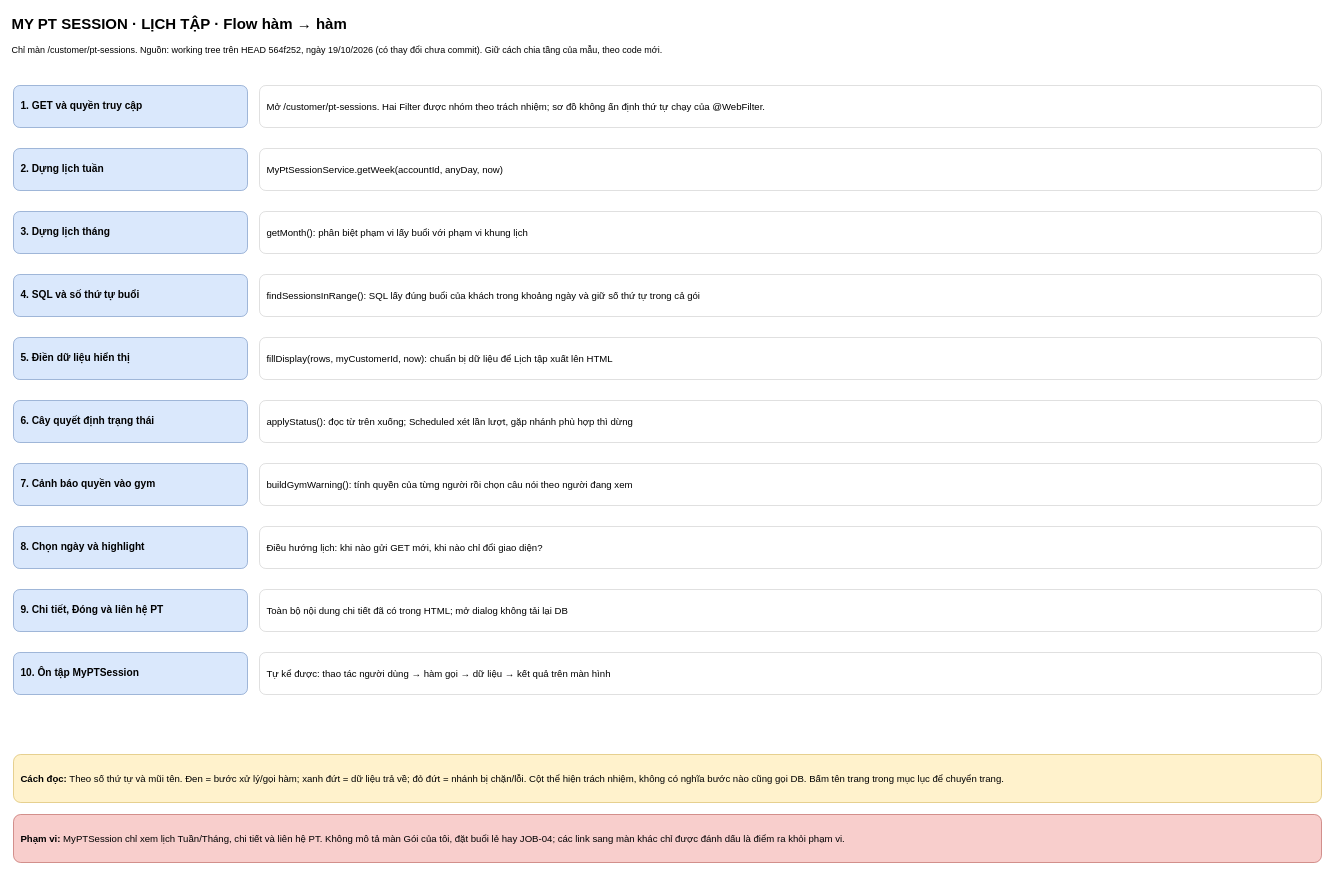
This is page "00. Mục lục · cách học" (1 of 11) of docs/diagrams/my-pt-sessions-flow-hien-tai.drawio from Thomas-luckyclover/gym-management-system, a draw.io file, before an edit. Source tidied: cells renumbered, new cells numbered last; positions are measured from the earlier drawing's top-left corner, leaving out a move shared by most shapes. Both pictures are drawn from the tidied source at 60%, with x=0, y=0 at pixel (10, 10).
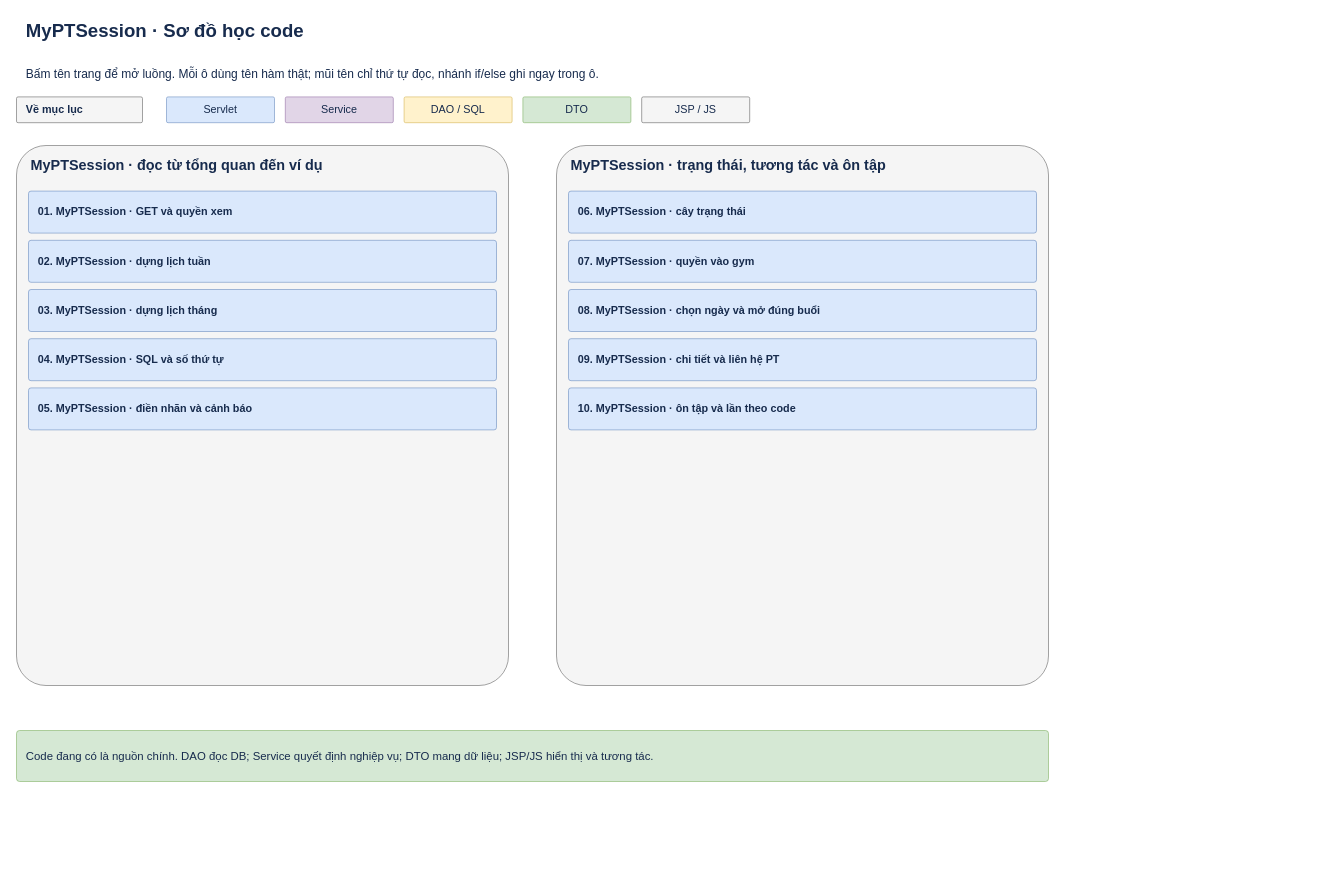
The same page after the edit.

Diff of the diagram source:
```diff
@@
-    <mxCell id="2" value="MY PT SESSION · LỊCH TẬP · Flow hàm → hàm" style="text;html=1;whiteSpace=wrap;align=left;verticalAlign=top;fillColor=none;strokeColor=none;fontFamily=Arial;fontSize=25;fontStyle=1;" parent="1" vertex="1">
-      <mxGeometry width="2200" height="40" as="geometry" />
-    </mxCell>
-    <mxCell id="3" value="Chỉ màn /customer/pt-sessions. Nguồn: working tree trên HEAD 564f252, ngày 19/10/2026 (có thay đổi chưa commit). Giữ cách chia tầng của mẫu, theo code mới." style="text;html=1;whiteSpace=wrap;align=left;verticalAlign=top;fillColor=none;strokeColor=none;fontFamily=Arial;fontSize=15;" parent="1" vertex="1">
-      <mxGeometry y="50" width="2200" height="52" as="geometry" />
-    </mxCell>
-    <mxCell id="4" value="&lt;b&gt;1. GET và quyền truy cập&lt;/b&gt;" style="rounded=1;whiteSpace=wrap;html=1;align=left;spacing=12;fontSize=17;fillColor=#dae8fc;strokeColor=#6c8ebf;" parent="1" vertex="1">
-      <mxGeometry x="5" y="125" width="390" height="70" as="geometry" />
-    </mxCell>
-    <mxCell id="5" value="Mở /customer/pt-sessions. Hai Filter được nhóm theo trách nhiệm; sơ đồ không ấn định thứ tự chạy của @WebFilter." style="rounded=1;whiteSpace=wrap;html=1;align=left;spacing=12;fontSize=16;fillColor=#ffffff;strokeColor=#cccccc;" parent="1" vertex="1">
-      <mxGeometry x="415" y="125" width="1770" height="70" as="geometry" />
-    </mxCell>
-    <mxCell id="6" value="&lt;b&gt;2. Dựng lịch tuần&lt;/b&gt;" style="rounded=1;whiteSpace=wrap;html=1;align=left;spacing=12;fontSize=17;fillColor=#dae8fc;strokeColor=#6c8ebf;" parent="1" vertex="1">
-      <mxGeometry x="5" y="230" width="390" height="70" as="geometry" />
-    </mxCell>
-    <mxCell id="7" value="MyPtSessionService.getWeek(accountId, anyDay, now)" style="rounded=1;whiteSpace=wrap;html=1;align=left;spacing=12;fontSize=16;fillColor=#ffffff;strokeColor=#cccccc;" parent="1" vertex="1">
-      <mxGeometry x="415" y="230" width="1770" height="70" as="geometry" />
-    </mxCell>
-    <mxCell id="8" value="&lt;b&gt;3. Dựng lịch tháng&lt;/b&gt;" style="rounded=1;whiteSpace=wrap;html=1;align=left;spacing=12;fontSize=17;fillColor=#dae8fc;strokeColor=#6c8ebf;" parent="1" vertex="1">
-      <mxGeometry x="5" y="335" width="390" height="70" as="geometry" />
-    </mxCell>
-    <mxCell id="9" value="getMonth(): phân biệt phạm vi lấy buổi với phạm vi khung lịch" style="rounded=1;whiteSpace=wrap;html=1;align=left;spacing=12;fontSize=16;fillColor=#ffffff;strokeColor=#cccccc;" parent="1" vertex="1">
-      <mxGeometry x="415" y="335" width="1770" height="70" as="geometry" />
-    </mxCell>
-    <mxCell id="10" value="&lt;b&gt;4. SQL và số thứ tự buổi&lt;/b&gt;" style="rounded=1;whiteSpace=wrap;html=1;align=left;spacing=12;fontSize=17;fillColor=#dae8fc;strokeColor=#6c8ebf;" parent="1" vertex="1">
-      <mxGeometry x="5" y="440" width="390" height="70" as="geometry" />
-    </mxCell>
-    <mxCell id="11" value="findSessionsInRange(): SQL lấy đúng buổi của khách trong khoảng ngày và giữ số thứ tự trong cả gói" style="rounded=1;whiteSpace=wrap;html=1;align=left;spacing=12;fontSize=16;fillColor=#ffffff;strokeColor=#cccccc;" parent="1" vertex="1">
-      <mxGeometry x="415" y="440" width="1770" height="70" as="geometry" />
-    </mxCell>
-    <mxCell id="12" value="&lt;b&gt;5. Điền dữ liệu hiển thị&lt;/b&gt;" style="rounded=1;whiteSpace=wrap;html=1;align=left;spacing=12;fontSize=17;fillColor=#dae8fc;strokeColor=#6c8ebf;" parent="1" vertex="1">
-      <mxGeometry x="5" y="545" width="390" height="70" as="geometry" />
-    </mxCell>
-    <mxCell id="13" value="fillDisplay(rows, myCustomerId, now): chuẩn bị dữ liệu để Lịch tập xuất lên HTML" style="rounded=1;whiteSpace=wrap;html=1;align=left;spacing=12;fontSize=16;fillColor=#ffffff;strokeColor=#cccccc;" parent="1" vertex="1">
-      <mxGeometry x="415" y="545" width="1770" height="70" as="geometry" />
-    </mxCell>
-    <mxCell id="14" value="&lt;b&gt;6. Cây quyết định trạng thái&lt;/b&gt;" style="rounded=1;whiteSpace=wrap;html=1;align=left;spacing=12;fontSize=17;fillColor=#dae8fc;strokeColor=#6c8ebf;" parent="1" vertex="1">
-      <mxGeometry x="5" y="650" width="390" height="70" as="geometry" />
-    </mxCell>
-    <mxCell id="15" value="applyStatus(): đọc từ trên xuống; Scheduled xét lần lượt, gặp nhánh phù hợp thì dừng" style="rounded=1;whiteSpace=wrap;html=1;align=left;spacing=12;fontSize=16;fillColor=#ffffff;strokeColor=#cccccc;" parent="1" vertex="1">
-      <mxGeometry x="415" y="650" width="1770" height="70" as="geometry" />
-    </mxCell>
-    <mxCell id="16" value="&lt;b&gt;7. Cảnh báo quyền vào gym&lt;/b&gt;" style="rounded=1;whiteSpace=wrap;html=1;align=left;spacing=12;fontSize=17;fillColor=#dae8fc;strokeColor=#6c8ebf;" parent="1" vertex="1">
-      <mxGeometry x="5" y="755" width="390" height="70" as="geometry" />
-    </mxCell>
-    <mxCell id="17" value="buildGymWarning(): tính quyền của từng người rồi chọn câu nói theo người đang xem" style="rounded=1;whiteSpace=wrap;html=1;align=left;spacing=12;fontSize=16;fillColor=#ffffff;strokeColor=#cccccc;" parent="1" vertex="1">
-      <mxGeometry x="415" y="755" width="1770" height="70" as="geometry" />
-    </mxCell>
-    <mxCell id="18" value="&lt;b&gt;8. Chọn ngày và highlight&lt;/b&gt;" style="rounded=1;whiteSpace=wrap;html=1;align=left;spacing=12;fontSize=17;fillColor=#dae8fc;strokeColor=#6c8ebf;" parent="1" vertex="1">
-      <mxGeometry x="5" y="860" width="390" height="70" as="geometry" />
-    </mxCell>
-    <mxCell id="19" value="Điều hướng lịch: khi nào gửi GET mới, khi nào chỉ đổi giao diện?" style="rounded=1;whiteSpace=wrap;html=1;align=left;spacing=12;fontSize=16;fillColor=#ffffff;strokeColor=#cccccc;" parent="1" vertex="1">
-      <mxGeometry x="415" y="860" width="1770" height="70" as="geometry" />
-    </mxCell>
-    <mxCell id="20" value="&lt;b&gt;9. Chi tiết, Đóng và liên hệ PT&lt;/b&gt;" style="rounded=1;whiteSpace=wrap;html=1;align=left;spacing=12;fontSize=17;fillColor=#dae8fc;strokeColor=#6c8ebf;" parent="1" vertex="1">
-      <mxGeometry x="5" y="965" width="390" height="70" as="geometry" />
-    </mxCell>
-    <mxCell id="21" value="Toàn bộ nội dung chi tiết đã có trong HTML; mở dialog không tải lại DB" style="rounded=1;whiteSpace=wrap;html=1;align=left;spacing=12;fontSize=16;fillColor=#ffffff;strokeColor=#cccccc;" parent="1" vertex="1">
-      <mxGeometry x="415" y="965" width="1770" height="70" as="geometry" />
-    </mxCell>
-    <mxCell id="22" value="&lt;b&gt;10. Ôn tập MyPTSession&lt;/b&gt;" style="rounded=1;whiteSpace=wrap;html=1;align=left;spacing=12;fontSize=17;fillColor=#dae8fc;strokeColor=#6c8ebf;" parent="1" vertex="1">
-      <mxGeometry x="5" y="1070" width="390" height="70" as="geometry" />
-    </mxCell>
-    <mxCell id="23" value="Tự kể được: thao tác người dùng → hàm gọi → dữ liệu → kết quả trên màn hình" style="rounded=1;whiteSpace=wrap;html=1;align=left;spacing=12;fontSize=16;fillColor=#ffffff;strokeColor=#cccccc;" parent="1" vertex="1">
-      <mxGeometry x="415" y="1070" width="1770" height="70" as="geometry" />
-    </mxCell>
-    <mxCell id="24" value="&lt;b&gt;Cách đọc:&lt;/b&gt; Theo số thứ tự và mũi tên. Đen = bước xử lý/gọi hàm; xanh đứt = dữ liệu trả về; đỏ đứt = nhánh bị chặn/lỗi. Cột thể hiện trách nhiệm, không có nghĩa bước nào cũng gọi DB. Bấm tên trang trong mục lục để chuyển trang." style="rounded=1;whiteSpace=wrap;html=1;align=left;spacing=12;fontSize=16;fillColor=#fff2cc;strokeColor=#d6b656;" parent="1" vertex="1">
-      <mxGeometry x="5" y="1240" width="2180" height="80" as="geometry" />
-    </mxCell>
-    <mxCell id="25" value="&lt;b&gt;Phạm vi:&lt;/b&gt; MyPTSession chỉ xem lịch Tuần/Tháng, chi tiết và liên hệ PT. Không mô tả màn Gói của tôi, đặt buổi lẻ hay JOB-04; các link sang màn khác chỉ được đánh dấu là điểm ra khỏi phạm vi." style="rounded=1;whiteSpace=wrap;html=1;align=left;spacing=12;fontSize=16;fillColor=#f8cecc;strokeColor=#b85450;" parent="1" vertex="1">
-      <mxGeometry x="5" y="1340" width="2180" height="80" as="geometry" />
-    </mxCell>
+    <mxCell id="26" value="MyPTSession · Sơ đồ học code" style="rounded=1;whiteSpace=wrap;html=1;align=left;verticalAlign=middle;spacing=16;fontFamily=Arial;fontSize=31;fontColor=#172b4d;fillColor=none;strokeColor=none;fontStyle=1;arcSize=6;" parent="1" vertex="1">
+      <mxGeometry x="10" width="1720" height="65" as="geometry" />
+    </mxCell>
+    <mxCell id="27" value="Bấm tên trang để mở luồng. Mỗi ô dùng tên hàm thật; mũi tên chỉ thứ tự đọc, nhánh if/else ghi ngay trong ô." style="rounded=1;whiteSpace=wrap;html=1;align=left;verticalAlign=middle;spacing=16;fontFamily=Arial;fontSize=20;fontColor=#172b4d;fillColor=none;strokeColor=none;fontStyle=0;arcSize=6;" parent="1" vertex="1">
+      <mxGeometry x="10" y="72" width="1720" height="65" as="geometry" />
+    </mxCell>
+    <mxCell id="28" value="Về mục lục" style="rounded=1;whiteSpace=wrap;html=1;align=left;verticalAlign=middle;spacing=16;fontFamily=Arial;fontSize=18;fontColor=#172b4d;fillColor=#f5f5f5;strokeColor=#666666;fontStyle=1;arcSize=6;" parent="1" vertex="1">
+      <mxGeometry x="10" y="144" width="210" height="43" as="geometry" />
+    </mxCell>
+    <mxCell id="29" value="Servlet" style="rounded=1;whiteSpace=wrap;html=1;align=center;verticalAlign=middle;spacing=16;fontFamily=Arial;fontSize=18;fontColor=#172b4d;fillColor=#dae8fc;strokeColor=#6c8ebf;fontStyle=0;arcSize=6;" parent="1" vertex="1">
+      <mxGeometry x="260" y="144" width="180" height="43" as="geometry" />
+    </mxCell>
+    <mxCell id="30" value="Service" style="rounded=1;whiteSpace=wrap;html=1;align=center;verticalAlign=middle;spacing=16;fontFamily=Arial;fontSize=18;fontColor=#172b4d;fillColor=#e1d5e7;strokeColor=#9673a6;fontStyle=0;arcSize=6;" parent="1" vertex="1">
+      <mxGeometry x="458" y="144" width="180" height="43" as="geometry" />
+    </mxCell>
+    <mxCell id="31" value="DAO / SQL" style="rounded=1;whiteSpace=wrap;html=1;align=center;verticalAlign=middle;spacing=16;fontFamily=Arial;fontSize=18;fontColor=#172b4d;fillColor=#fff2cc;strokeColor=#d6b656;fontStyle=0;arcSize=6;" parent="1" vertex="1">
+      <mxGeometry x="656" y="144" width="180" height="43" as="geometry" />
+    </mxCell>
+    <mxCell id="32" value="DTO" style="rounded=1;whiteSpace=wrap;html=1;align=center;verticalAlign=middle;spacing=16;fontFamily=Arial;fontSize=18;fontColor=#172b4d;fillColor=#d5e8d4;strokeColor=#82b366;fontStyle=0;arcSize=6;" parent="1" vertex="1">
+      <mxGeometry x="854" y="144" width="180" height="43" as="geometry" />
+    </mxCell>
+    <mxCell id="33" value="JSP / JS" style="rounded=1;whiteSpace=wrap;html=1;align=center;verticalAlign=middle;spacing=16;fontFamily=Arial;fontSize=18;fontColor=#172b4d;fillColor=#f5f5f5;strokeColor=#666666;fontStyle=0;arcSize=6;" parent="1" vertex="1">
+      <mxGeometry x="1052" y="144" width="180" height="43" as="geometry" />
+    </mxCell>
+    <mxCell id="34" style="rounded=1;whiteSpace=wrap;html=1;align=left;verticalAlign=middle;spacing=16;fontFamily=Arial;fontSize=20;fontColor=#172b4d;fillColor=#f5f5f5;strokeColor=#666666;fontStyle=0;arcSize=6;" parent="1" vertex="1">
+      <mxGeometry x="10" y="225" width="820" height="900" as="geometry" />
+    </mxCell>
+    <mxCell id="35" value="MyPTSession · đọc từ tổng quan đến ví dụ" style="rounded=1;whiteSpace=wrap;html=1;align=left;verticalAlign=middle;spacing=16;fontFamily=Arial;fontSize=24;fontColor=#172b4d;fillColor=none;strokeColor=none;fontStyle=1;arcSize=6;" parent="1" vertex="1">
+      <mxGeometry x="18" y="233" width="804" height="52" as="geometry" />
+    </mxCell>
+    <mxCell id="36" value="01. MyPTSession · GET và quyền xem" style="rounded=1;whiteSpace=wrap;html=1;align=left;verticalAlign=middle;spacing=16;fontFamily=Arial;fontSize=18;fontColor=#172b4d;fillColor=#dae8fc;strokeColor=#6c8ebf;fontStyle=1;arcSize=6;" parent="1" vertex="1">
+      <mxGeometry x="30" y="301" width="780" height="70" as="geometry" />
+    </mxCell>
+    <mxCell id="37" value="02. MyPTSession · dựng lịch tuần" style="rounded=1;whiteSpace=wrap;html=1;align=left;verticalAlign=middle;spacing=16;fontFamily=Arial;fontSize=18;fontColor=#172b4d;fillColor=#dae8fc;strokeColor=#6c8ebf;fontStyle=1;arcSize=6;" parent="1" vertex="1">
+      <mxGeometry x="30" y="383" width="780" height="70" as="geometry" />
+    </mxCell>
+    <mxCell id="38" value="03. MyPTSession · dựng lịch tháng" style="rounded=1;whiteSpace=wrap;html=1;align=left;verticalAlign=middle;spacing=16;fontFamily=Arial;fontSize=18;fontColor=#172b4d;fillColor=#dae8fc;strokeColor=#6c8ebf;fontStyle=1;arcSize=6;" parent="1" vertex="1">
+      <mxGeometry x="30" y="465" width="780" height="70" as="geometry" />
+    </mxCell>
+    <mxCell id="39" value="04. MyPTSession · SQL và số thứ tự" style="rounded=1;whiteSpace=wrap;html=1;align=left;verticalAlign=middle;spacing=16;fontFamily=Arial;fontSize=18;fontColor=#172b4d;fillColor=#dae8fc;strokeColor=#6c8ebf;fontStyle=1;arcSize=6;" parent="1" vertex="1">
+      <mxGeometry x="30" y="547" width="780" height="70" as="geometry" />
+    </mxCell>
+    <mxCell id="40" value="05. MyPTSession · điền nhãn và cảnh báo" style="rounded=1;whiteSpace=wrap;html=1;align=left;verticalAlign=middle;spacing=16;fontFamily=Arial;fontSize=18;fontColor=#172b4d;fillColor=#dae8fc;strokeColor=#6c8ebf;fontStyle=1;arcSize=6;" parent="1" vertex="1">
+      <mxGeometry x="30" y="629" width="780" height="70" as="geometry" />
+    </mxCell>
+    <mxCell id="41" style="rounded=1;whiteSpace=wrap;html=1;align=left;verticalAlign=middle;spacing=16;fontFamily=Arial;fontSize=20;fontColor=#172b4d;fillColor=#f5f5f5;strokeColor=#666666;fontStyle=0;arcSize=6;" parent="1" vertex="1">
+      <mxGeometry x="910" y="225" width="820" height="900" as="geometry" />
+    </mxCell>
+    <mxCell id="42" value="MyPTSession · trạng thái, tương tác và ôn tập" style="rounded=1;whiteSpace=wrap;html=1;align=left;verticalAlign=middle;spacing=16;fontFamily=Arial;fontSize=24;fontColor=#172b4d;fillColor=none;strokeColor=none;fontStyle=1;arcSize=6;" parent="1" vertex="1">
+      <mxGeometry x="918" y="233" width="804" height="52" as="geometry" />
+    </mxCell>
+    <mxCell id="43" value="06. MyPTSession · cây trạng thái" style="rounded=1;whiteSpace=wrap;html=1;align=left;verticalAlign=middle;spacing=16;fontFamily=Arial;fontSize=18;fontColor=#172b4d;fillColor=#dae8fc;strokeColor=#6c8ebf;fontStyle=1;arcSize=6;" parent="1" vertex="1">
+      <mxGeometry x="930" y="301" width="780" height="70" as="geometry" />
+    </mxCell>
+    <mxCell id="44" value="07. MyPTSession · quyền vào gym" style="rounded=1;whiteSpace=wrap;html=1;align=left;verticalAlign=middle;spacing=16;fontFamily=Arial;fontSize=18;fontColor=#172b4d;fillColor=#dae8fc;strokeColor=#6c8ebf;fontStyle=1;arcSize=6;" parent="1" vertex="1">
+      <mxGeometry x="930" y="383" width="780" height="70" as="geometry" />
+    </mxCell>
+    <mxCell id="45" value="08. MyPTSession · chọn ngày và mở đúng buổi" style="rounded=1;whiteSpace=wrap;html=1;align=left;verticalAlign=middle;spacing=16;fontFamily=Arial;fontSize=18;fontColor=#172b4d;fillColor=#dae8fc;strokeColor=#6c8ebf;fontStyle=1;arcSize=6;" parent="1" vertex="1">
+      <mxGeometry x="930" y="465" width="780" height="70" as="geometry" />
+    </mxCell>
+    <mxCell id="46" value="09. MyPTSession · chi tiết và liên hệ PT" style="rounded=1;whiteSpace=wrap;html=1;align=left;verticalAlign=middle;spacing=16;fontFamily=Arial;fontSize=18;fontColor=#172b4d;fillColor=#dae8fc;strokeColor=#6c8ebf;fontStyle=1;arcSize=6;" parent="1" vertex="1">
+      <mxGeometry x="930" y="547" width="780" height="70" as="geometry" />
+    </mxCell>
+    <mxCell id="47" value="10. MyPTSession · ôn tập và lần theo code" style="rounded=1;whiteSpace=wrap;html=1;align=left;verticalAlign=middle;spacing=16;fontFamily=Arial;fontSize=18;fontColor=#172b4d;fillColor=#dae8fc;strokeColor=#6c8ebf;fontStyle=1;arcSize=6;" parent="1" vertex="1">
+      <mxGeometry x="930" y="629" width="780" height="70" as="geometry" />
+    </mxCell>
+    <mxCell id="48" value="Code đang có là nguồn chính. DAO đọc DB; Service quyết định nghiệp vụ; DTO mang dữ liệu; JSP/JS hiển thị và tương tác." style="rounded=1;whiteSpace=wrap;html=1;align=left;verticalAlign=middle;spacing=16;fontFamily=Arial;fontSize=19;fontColor=#172b4d;fillColor=#d5e8d4;strokeColor=#82b366;fontStyle=0;arcSize=6;" parent="1" vertex="1">
+      <mxGeometry x="10" y="1200" width="1720" height="85" as="geometry" />
+    </mxCell>
```
